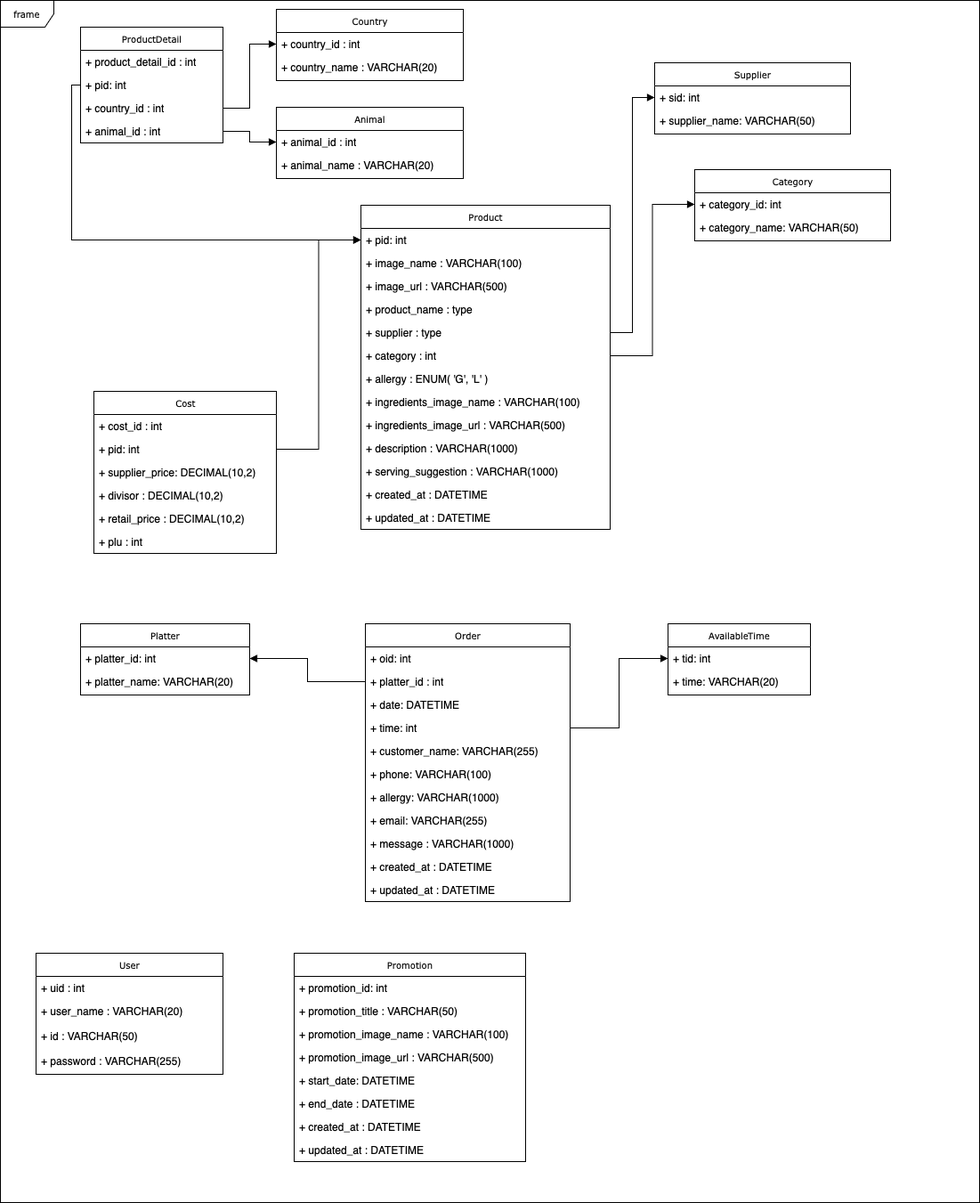
This is database-uml.drawio.png from Yunzoo01/linas-deli, a draw.io export, as it was before one commit. Source tidied: cells renumbered, new cells last; positions are measured from the earlier drawing's top-left corner, leaving out a move shared by most shapes.
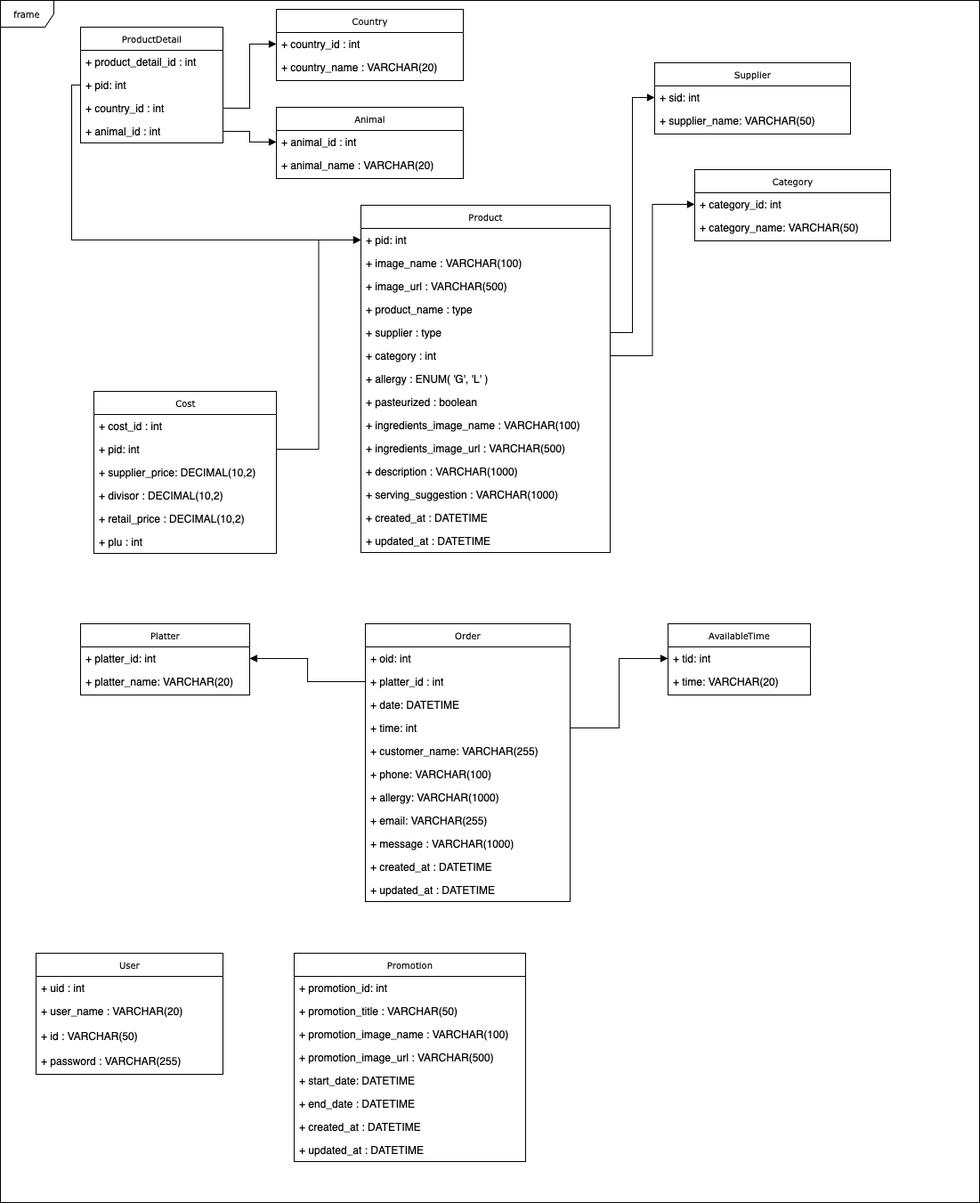
After the change.

Diff of the diagram source:
```diff
@@ -6,7 +6,7 @@
       <mxGeometry width="1100" height="1350" as="geometry" />
     </mxCell>
     <mxCell id="3" value="Product" style="swimlane;html=1;fontStyle=0;horizontal=1;startSize=26;fillColor=none;swimlaneFillColor=#ffffff;rounded=0;shadow=0;comic=0;labelBackgroundColor=none;strokeWidth=1;fontFamily=Verdana;fontSize=10;align=center;" parent="1" vertex="1">
-      <mxGeometry x="405" y="230" width="280" height="364" as="geometry" />
+      <mxGeometry x="405" y="230" width="280" height="390" as="geometry" />
     </mxCell>
     <mxCell id="4" value="+ pid: int" style="text;html=1;strokeColor=none;fillColor=none;align=left;verticalAlign=top;spacingLeft=4;spacingRight=4;whiteSpace=wrap;overflow=hidden;points=[[0,0.5],[1,0.5]];portConstraint=eastwest;" parent="3" vertex="1">
       <mxGeometry y="26" width="280" height="26" as="geometry" />
@@ -29,23 +29,26 @@
     <mxCell id="10" value="+ allergy : ENUM( 'G', 'L' )" style="text;html=1;strokeColor=none;fillColor=none;align=left;verticalAlign=top;spacingLeft=4;spacingRight=4;whiteSpace=wrap;overflow=hidden;" parent="3" vertex="1">
       <mxGeometry y="182" width="280" height="26" as="geometry" />
     </mxCell>
+    <mxCell id="81" value="+ pasteurized : boolean" style="text;html=1;strokeColor=none;fillColor=none;align=left;verticalAlign=top;spacingLeft=4;spacingRight=4;whiteSpace=wrap;overflow=hidden;" parent="3" vertex="1">
+      <mxGeometry y="208" width="280" height="26" as="geometry" />
+    </mxCell>
     <mxCell id="11" value="+ ingredients_image_name : VARCHAR(100)" style="text;html=1;strokeColor=none;fillColor=none;align=left;verticalAlign=top;spacingLeft=4;spacingRight=4;whiteSpace=wrap;overflow=hidden;" parent="3" vertex="1">
-      <mxGeometry y="208" width="280" height="26" as="geometry" />
+      <mxGeometry y="234" width="280" height="26" as="geometry" />
     </mxCell>
     <mxCell id="12" value="+ ingredients_image_url : VARCHAR(500)" style="text;html=1;strokeColor=none;fillColor=none;align=left;verticalAlign=top;spacingLeft=4;spacingRight=4;whiteSpace=wrap;overflow=hidden;" parent="3" vertex="1">
-      <mxGeometry y="234" width="280" height="26" as="geometry" />
+      <mxGeometry y="260" width="280" height="26" as="geometry" />
     </mxCell>
     <mxCell id="13" value="+ description : VARCHAR(1000)" style="text;html=1;strokeColor=none;fillColor=none;align=left;verticalAlign=top;spacingLeft=4;spacingRight=4;whiteSpace=wrap;overflow=hidden;" parent="3" vertex="1">
-      <mxGeometry y="260" width="280" height="26" as="geometry" />
+      <mxGeometry y="286" width="280" height="26" as="geometry" />
     </mxCell>
     <mxCell id="14" value="+ serving_suggestion : VARCHAR(1000)" style="text;html=1;strokeColor=none;fillColor=none;align=left;verticalAlign=top;spacingLeft=4;spacingRight=4;whiteSpace=wrap;overflow=hidden;" parent="3" vertex="1">
-      <mxGeometry y="286" width="280" height="26" as="geometry" />
+      <mxGeometry y="312" width="280" height="26" as="geometry" />
     </mxCell>
     <mxCell id="15" value="+ created_at : DATETIME" style="text;html=1;strokeColor=none;fillColor=none;align=left;verticalAlign=top;spacingLeft=4;spacingRight=4;whiteSpace=wrap;overflow=hidden;" parent="3" vertex="1">
-      <mxGeometry y="312" width="280" height="26" as="geometry" />
+      <mxGeometry y="338" width="280" height="26" as="geometry" />
     </mxCell>
     <mxCell id="16" value="+ updated_at : DATETIME" style="text;html=1;strokeColor=none;fillColor=none;align=left;verticalAlign=top;spacingLeft=4;spacingRight=4;whiteSpace=wrap;overflow=hidden;" parent="3" vertex="1">
-      <mxGeometry y="338" width="280" height="26" as="geometry" />
+      <mxGeometry y="364" width="280" height="26" as="geometry" />
     </mxCell>
     <mxCell id="17" value="Cost" style="swimlane;html=1;fontStyle=0;horizontal=1;startSize=26;fillColor=none;swimlaneFillColor=#ffffff;rounded=0;shadow=0;comic=0;labelBackgroundColor=none;strokeWidth=1;fontFamily=Verdana;fontSize=10;align=center;" parent="1" vertex="1">
       <mxGeometry x="105" y="439" width="205" height="182" as="geometry" />
```
